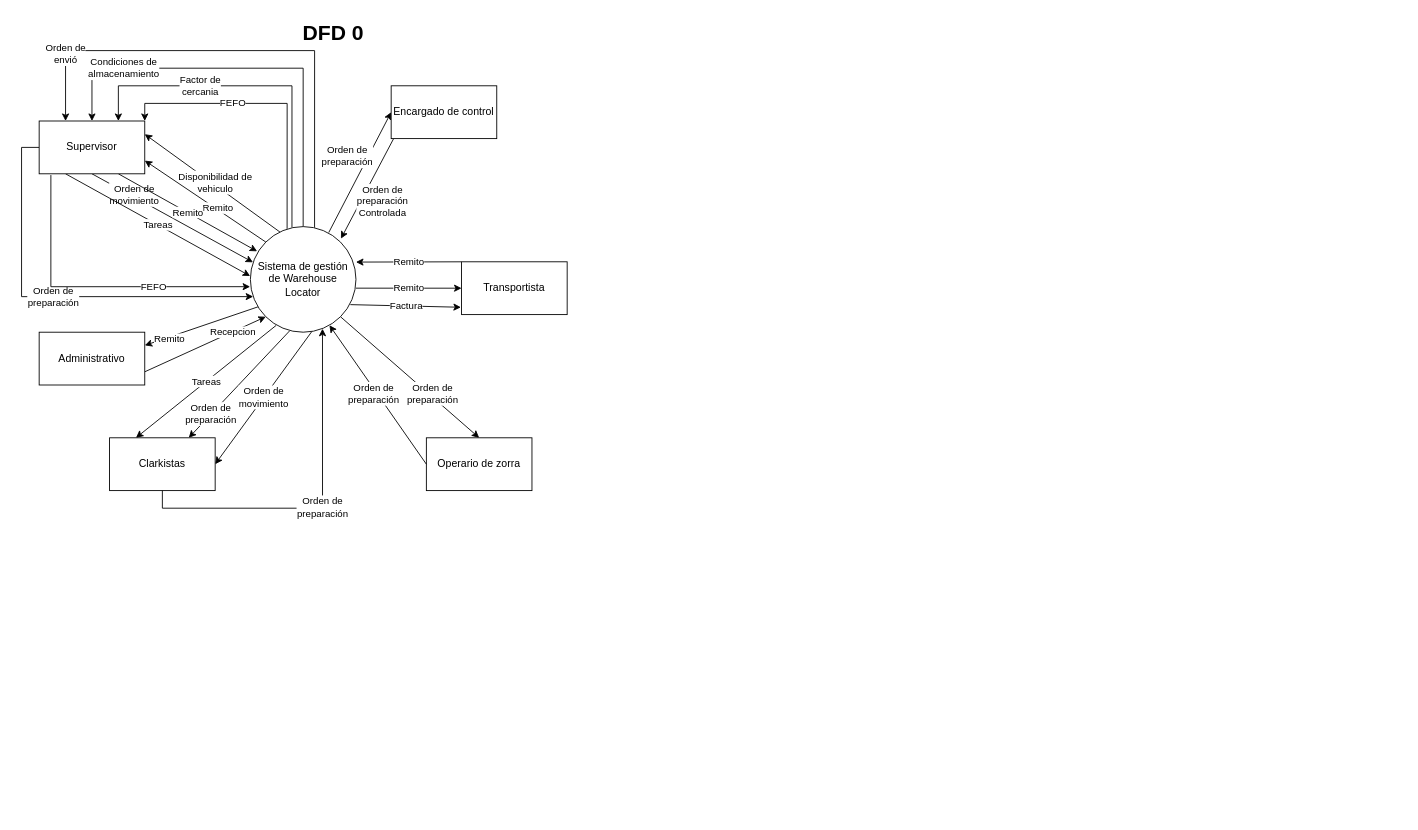
Earlier version of the draw.io diagram page "DFD" (1 of 2) of DFD_Integrador_MetII.drawio (JEOrellano/TUSI_MetII_Grupo12_DFD_Integrador). Source tidied: cells renumbered, new cells numbered last; positions are measured from the earlier drawing's top-left corner, leaving out a move shared by most shapes. Both pictures are drawn from the tidied source at 88%, with x=0, y=0 at pixel (21, 15).
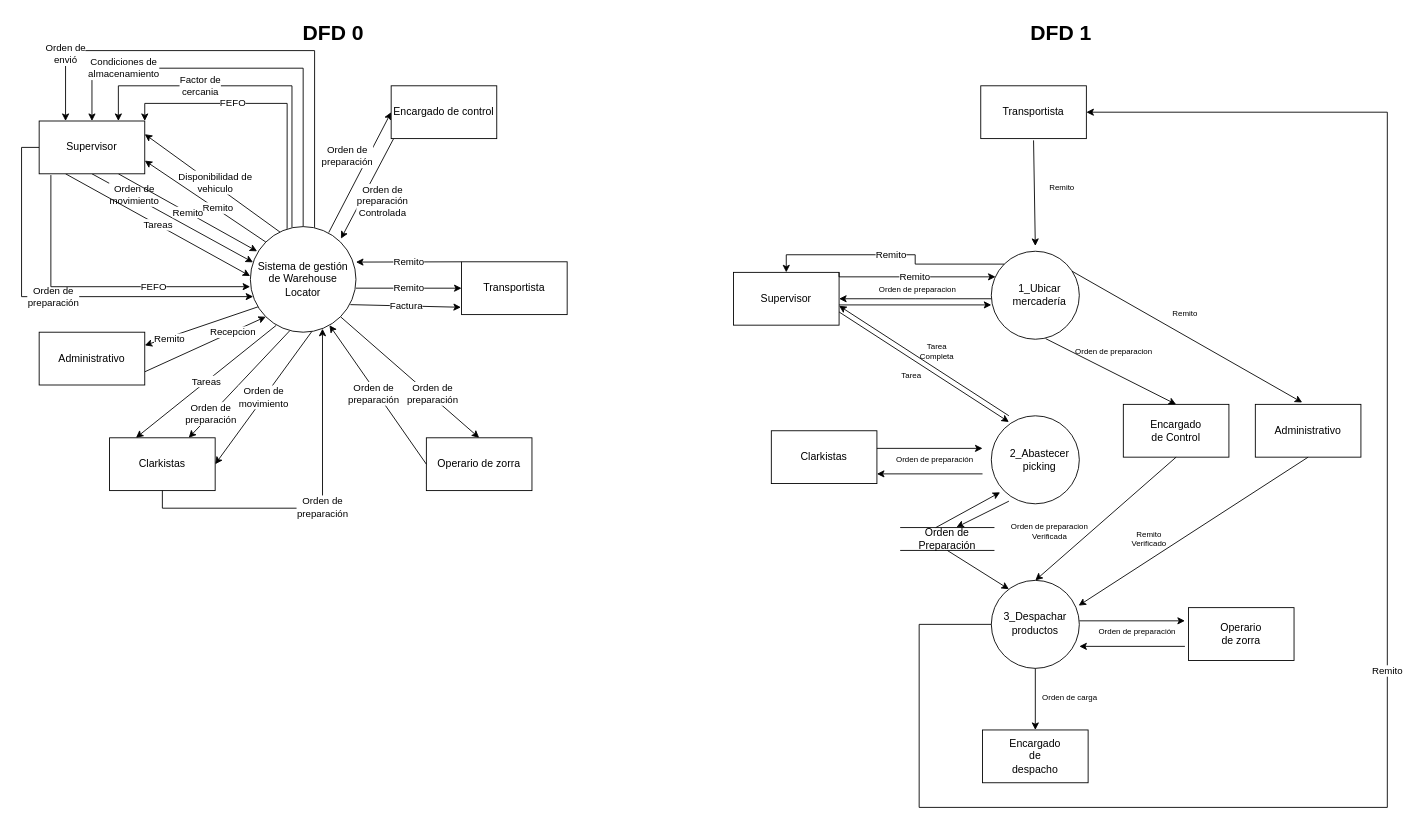
After the change.

What changed in the source:
```diff
@@
+    <mxCell id="35" style="group;" parent="1" vertex="1">
+      <mxGeometry x="1102" y="268" width="100" height="100" as="geometry" />
+    </mxCell>
+    <mxCell id="36" style="ellipse;whiteSpace=wrap;html=1;" parent="35" vertex="1">
+      <mxGeometry width="100" height="100" as="geometry" />
+    </mxCell>
+    <mxCell id="37" value="1_Ubicar mercadería" style="text;html=1;strokeColor=none;fillColor=none;align=center;verticalAlign=middle;whiteSpace=wrap;rounded=0;" parent="35" vertex="1">
+      <mxGeometry x="30" y="40" width="50" height="20" as="geometry" />
+    </mxCell>
+    <mxCell id="38" style="group;" parent="1" vertex="1">
+      <mxGeometry x="1102" y="455" width="100" height="100" as="geometry" />
+    </mxCell>
+    <mxCell id="39" style="ellipse;whiteSpace=wrap;html=1;" parent="38" vertex="1">
+      <mxGeometry width="100" height="100" as="geometry" />
+    </mxCell>
+    <mxCell id="40" value="2_Abastecer picking" style="text;html=1;strokeColor=none;fillColor=none;align=center;verticalAlign=middle;whiteSpace=wrap;rounded=0;" parent="38" vertex="1">
+      <mxGeometry x="30" y="40" width="50" height="20" as="geometry" />
+    </mxCell>
+    <mxCell id="41" style="group;" parent="1" vertex="1">
+      <mxGeometry x="1102" y="642" width="100" height="100" as="geometry" />
+    </mxCell>
+    <mxCell id="42" style="ellipse;whiteSpace=wrap;html=1;" parent="41" vertex="1">
+      <mxGeometry width="100" height="100" as="geometry" />
+    </mxCell>
+    <mxCell id="43" value="3_Despachar productos" style="text;html=1;strokeColor=none;fillColor=none;align=center;verticalAlign=middle;whiteSpace=wrap;rounded=0;" parent="41" vertex="1">
+      <mxGeometry x="26.7" y="37.7" width="45.7" height="22.6" as="geometry" />
+    </mxCell>
+    <mxCell id="44" style="group;" parent="1" vertex="1">
+      <mxGeometry x="852" y="472" width="120" height="60" as="geometry" />
+    </mxCell>
+    <mxCell id="45" style="rounded=0;whiteSpace=wrap;html=1;" parent="44" vertex="1">
+      <mxGeometry width="120" height="60" as="geometry" />
+    </mxCell>
+    <mxCell id="46" value="Clarkistas" style="text;html=1;strokeColor=none;fillColor=none;align=center;verticalAlign=middle;whiteSpace=wrap;rounded=0;" parent="44" vertex="1">
+      <mxGeometry x="30" y="15" width="60" height="30" as="geometry" />
+    </mxCell>
+    <mxCell id="47" value="Orden de preparación" style="text;html=1;strokeColor=none;fillColor=none;align=center;verticalAlign=middle;whiteSpace=wrap;rounded=0;fontSize=9;" parent="1" vertex="1">
+      <mxGeometry x="972" y="495.5" width="132" height="19" as="geometry" />
+    </mxCell>
+    <mxCell id="48" style="endArrow=classic;html=1;rounded=0;" parent="1" edge="1">
+      <mxGeometry relative="1" as="geometry">
+        <mxPoint x="972" y="492" as="sourcePoint" />
+        <mxPoint x="1092" y="492" as="targetPoint" />
+      </mxGeometry>
+    </mxCell>
+    <mxCell id="49" style="endArrow=none;html=1;rounded=0;endFill=0;startArrow=classic;startFill=1;" parent="1" edge="1">
+      <mxGeometry relative="1" as="geometry">
+        <mxPoint x="972" y="521" as="sourcePoint" />
+        <mxPoint x="1092" y="521" as="targetPoint" />
+      </mxGeometry>
+    </mxCell>
+    <mxCell id="50" style="group;" parent="1" vertex="1">
+      <mxGeometry x="1090" y="80" width="120" height="60" as="geometry" />
+    </mxCell>
+    <mxCell id="51" style="rounded=0;whiteSpace=wrap;html=1;" parent="50" vertex="1">
+      <mxGeometry width="120" height="60" as="geometry" />
+    </mxCell>
+    <mxCell id="52" value="Transportista" style="text;html=1;strokeColor=none;fillColor=none;align=center;verticalAlign=middle;whiteSpace=wrap;rounded=0;" parent="50" vertex="1">
+      <mxGeometry x="30" y="15" width="60" height="30" as="geometry" />
+    </mxCell>
+    <mxCell id="53" style="group;" parent="1" vertex="1">
+      <mxGeometry x="1252" y="442" width="120" height="60" as="geometry" />
+    </mxCell>
+    <mxCell id="54" style="rounded=0;whiteSpace=wrap;html=1;" parent="53" vertex="1">
+      <mxGeometry width="120" height="60" as="geometry" />
+    </mxCell>
+    <mxCell id="55" value="Encargado de Control" style="text;html=1;strokeColor=none;fillColor=none;align=center;verticalAlign=middle;whiteSpace=wrap;rounded=0;" parent="53" vertex="1">
+      <mxGeometry x="30" y="15" width="60" height="30" as="geometry" />
+    </mxCell>
+    <mxCell id="56" style="endArrow=classic;html=1;rounded=0;entryX=0.5;entryY=0;entryDx=0;entryDy=0;exitX=0.617;exitY=0.993;exitDx=0;exitDy=0;exitPerimeter=0;" parent="1" edge="1" source="36" target="54">
+      <mxGeometry relative="1" as="geometry" />
+    </mxCell>
+    <mxCell id="57" style="endArrow=classic;html=1;rounded=0;exitX=0.5;exitY=1;exitDx=0;exitDy=0;entryX=0.5;entryY=0;entryDx=0;entryDy=0;" parent="1" edge="1" source="54" target="42">
+      <mxGeometry relative="1" as="geometry" />
+    </mxCell>
+    <mxCell id="58" style="group;" parent="1" vertex="1">
+      <mxGeometry x="809" y="292" width="120" height="60" as="geometry" />
+    </mxCell>
+    <mxCell id="59" style="edgeStyle=orthogonalEdgeStyle;rounded=0;jettySize=auto;html=1;exitX=1;exitY=0.5;exitDx=0;exitDy=0;endArrow=none;endFill=0;startArrow=classic;startFill=1;" parent="58" edge="1" source="61">
+      <mxGeometry relative="1" as="geometry">
+        <mxPoint x="293" y="30" as="targetPoint" />
+      </mxGeometry>
+    </mxCell>
+    <mxCell id="60" style="rounded=0;jettySize=auto;html=1;exitX=1;exitY=0.75;exitDx=0;exitDy=0;" parent="58" edge="1" source="61">
+      <mxGeometry relative="1" as="geometry">
+        <mxPoint x="313" y="170" as="targetPoint" />
+      </mxGeometry>
+    </mxCell>
+    <mxCell id="61" style="rounded=0;whiteSpace=wrap;html=1;" parent="58" vertex="1">
+      <mxGeometry width="120" height="60" as="geometry" />
+    </mxCell>
+    <mxCell id="62" value="Supervisor" style="text;html=1;strokeColor=none;fillColor=none;align=center;verticalAlign=middle;whiteSpace=wrap;rounded=0;" parent="58" vertex="1">
+      <mxGeometry x="30" y="15" width="60" height="30" as="geometry" />
+    </mxCell>
+    <mxCell id="63" style="group;" parent="1" vertex="1">
+      <mxGeometry x="1402" y="442" width="120" height="60" as="geometry" />
+    </mxCell>
+    <mxCell id="64" style="rounded=0;whiteSpace=wrap;html=1;" parent="63" vertex="1">
+      <mxGeometry width="120" height="60" as="geometry" />
+    </mxCell>
+    <mxCell id="65" value="Administrativo" style="text;html=1;strokeColor=none;fillColor=none;align=center;verticalAlign=middle;whiteSpace=wrap;rounded=0;" parent="63" vertex="1">
+      <mxGeometry x="30" y="15" width="60" height="30" as="geometry" />
+    </mxCell>
+    <mxCell id="66" style="group;" parent="1" vertex="1">
+      <mxGeometry x="1302" y="673" width="120" height="60" as="geometry" />
+    </mxCell>
+    <mxCell id="67" style="rounded=0;whiteSpace=wrap;html=1;" parent="66" vertex="1">
+      <mxGeometry x="24" width="120" height="60" as="geometry" />
+    </mxCell>
+    <mxCell id="68" value="Operario de zorra" style="text;html=1;strokeColor=none;fillColor=none;align=center;verticalAlign=middle;whiteSpace=wrap;rounded=0;" parent="66" vertex="1">
+      <mxGeometry x="54" y="15" width="60" height="30" as="geometry" />
+    </mxCell>
+    <mxCell id="69" value="Orden de preparación" style="text;html=1;strokeColor=none;fillColor=none;align=center;verticalAlign=middle;whiteSpace=wrap;rounded=0;fontSize=9;" parent="66" vertex="1">
+      <mxGeometry x="-100" y="18.5" width="132" height="19" as="geometry" />
+    </mxCell>
+    <mxCell id="70" style="endArrow=classic;html=1;rounded=0;" parent="66" edge="1">
+      <mxGeometry relative="1" as="geometry">
+        <mxPoint x="-100" y="15" as="sourcePoint" />
+        <mxPoint x="20" y="15" as="targetPoint" />
+      </mxGeometry>
+    </mxCell>
+    <mxCell id="71" style="endArrow=none;html=1;rounded=0;endFill=0;startArrow=classic;startFill=1;" parent="66" edge="1">
+      <mxGeometry relative="1" as="geometry">
+        <mxPoint x="-100" y="44" as="sourcePoint" />
+        <mxPoint x="20" y="44" as="targetPoint" />
+      </mxGeometry>
+    </mxCell>
+    <mxCell id="72" style="rounded=0;orthogonalLoop=1;jettySize=auto;html=1;" parent="1" edge="1">
+      <mxGeometry relative="1" as="geometry">
+        <mxPoint x="1150" y="142" as="sourcePoint" />
+        <mxPoint x="1152" y="262" as="targetPoint" />
+      </mxGeometry>
+    </mxCell>
+    <mxCell id="73" style="endArrow=classic;html=1;rounded=0;exitX=0.377;exitY=0;exitDx=0;exitDy=0;exitPerimeter=0;" parent="1" edge="1" source="74">
+      <mxGeometry relative="1" as="geometry">
+        <mxPoint x="1112" y="542" as="targetPoint" />
+      </mxGeometry>
+    </mxCell>
+    <mxCell id="74" value="Orden de Preparación" style="shape=partialRectangle;whiteSpace=wrap;html=1;left=0;right=0;fillColor=none;" parent="1" vertex="1">
+      <mxGeometry x="999" y="582" width="106" height="26" as="geometry" />
+    </mxCell>
+    <mxCell id="75" style="endArrow=classic;html=1;rounded=0;entryX=0.598;entryY=-0.012;entryDx=0;entryDy=0;entryPerimeter=0;" parent="1" edge="1" target="74">
+      <mxGeometry relative="1" as="geometry">
+        <mxPoint x="1122" y="552" as="sourcePoint" />
+      </mxGeometry>
+    </mxCell>
+    <mxCell id="76" style="endArrow=classic;html=1;rounded=0;exitX=0.5;exitY=1;exitDx=0;exitDy=0;" parent="1" edge="1" source="74">
+      <mxGeometry relative="1" as="geometry">
+        <mxPoint x="1122" y="652" as="targetPoint" />
+      </mxGeometry>
+    </mxCell>
+    <mxCell id="77" style="rounded=0;jettySize=auto;html=1;entryX=0.444;entryY=-0.036;entryDx=0;entryDy=0;entryPerimeter=0;exitX=0.917;exitY=0.227;exitDx=0;exitDy=0;exitPerimeter=0;" parent="1" edge="1" source="36" target="64">
+      <mxGeometry relative="1" as="geometry" />
+    </mxCell>
+    <mxCell id="78" style="rounded=0;jettySize=auto;html=1;exitX=0.5;exitY=1;exitDx=0;exitDy=0;entryX=0.992;entryY=0.287;entryDx=0;entryDy=0;entryPerimeter=0;" parent="1" edge="1" source="64" target="42">
+      <mxGeometry relative="1" as="geometry" />
+    </mxCell>
+    <mxCell id="79" style="group;" parent="1" vertex="1">
+      <mxGeometry x="1068" y="812" width="120" height="60" as="geometry" />
+    </mxCell>
+    <mxCell id="80" style="rounded=0;whiteSpace=wrap;html=1;" parent="79" vertex="1">
+      <mxGeometry x="24" width="120" height="60" as="geometry" />
+    </mxCell>
+    <mxCell id="81" value="Encargado de despacho" style="text;html=1;strokeColor=none;fillColor=none;align=center;verticalAlign=middle;whiteSpace=wrap;rounded=0;" parent="79" vertex="1">
+      <mxGeometry x="54" y="15" width="60" height="30" as="geometry" />
+    </mxCell>
+    <mxCell id="82" value="Remito" style="edgeStyle=orthogonalEdgeStyle;rounded=0;jettySize=auto;html=1;exitX=0;exitY=0.5;exitDx=0;exitDy=0;entryX=1;entryY=0.5;entryDx=0;entryDy=0;" parent="1" edge="1" source="42" target="51">
+      <mxGeometry relative="1" as="geometry">
+        <Array as="points">
+          <mxPoint x="1020" y="692" />
+          <mxPoint x="1020" y="900" />
+          <mxPoint x="1552" y="900" />
+          <mxPoint x="1552" y="110" />
+        </Array>
+      </mxGeometry>
+    </mxCell>
+    <mxCell id="83" value="Orden de carga" style="text;html=1;strokeColor=none;fillColor=none;align=center;verticalAlign=middle;whiteSpace=wrap;rounded=0;fontSize=9;" parent="1" vertex="1">
+      <mxGeometry x="1142" y="762" width="99" height="27" as="geometry" />
+    </mxCell>
+    <mxCell id="84" style="edgeStyle=orthogonalEdgeStyle;rounded=0;jettySize=auto;html=1;exitX=0.5;exitY=1;exitDx=0;exitDy=0;entryX=0.5;entryY=0;entryDx=0;entryDy=0;" parent="1" edge="1" source="42" target="80">
+      <mxGeometry relative="1" as="geometry" />
+    </mxCell>
+    <mxCell id="85" value="Orden de preparacion" style="text;html=1;strokeColor=none;fillColor=none;align=center;verticalAlign=middle;whiteSpace=wrap;rounded=0;fontSize=9;" parent="1" vertex="1">
+      <mxGeometry x="1192" y="368" width="99" height="27" as="geometry" />
+    </mxCell>
+    <mxCell id="86" value="Orden de preparacion&lt;div&gt;Verificada&lt;/div&gt;" style="text;html=1;strokeColor=none;fillColor=none;align=center;verticalAlign=middle;whiteSpace=wrap;rounded=0;fontSize=9;" parent="1" vertex="1">
+      <mxGeometry x="1119" y="572" width="99" height="27" as="geometry" />
+    </mxCell>
+    <mxCell id="87" value="Remito" style="text;html=1;strokeColor=none;fillColor=none;align=center;verticalAlign=middle;whiteSpace=wrap;rounded=0;fontSize=9;" parent="1" vertex="1">
+      <mxGeometry x="1273" y="325" width="99" height="27" as="geometry" />
+    </mxCell>
+    <mxCell id="88" value="Remito&lt;div&gt;Verificado&lt;/div&gt;" style="text;html=1;strokeColor=none;fillColor=none;align=center;verticalAlign=middle;whiteSpace=wrap;rounded=0;fontSize=9;" parent="1" vertex="1">
+      <mxGeometry x="1232" y="581" width="99" height="27" as="geometry" />
+    </mxCell>
+    <mxCell id="89" value="Orden de preparacion" style="text;html=1;strokeColor=none;fillColor=none;align=center;verticalAlign=middle;whiteSpace=wrap;rounded=0;fontSize=9;" parent="1" vertex="1">
+      <mxGeometry x="969" y="298" width="99" height="27" as="geometry" />
+    </mxCell>
+    <mxCell id="90" value="Tarea" style="text;html=1;strokeColor=none;fillColor=none;align=center;verticalAlign=middle;whiteSpace=wrap;rounded=0;fontSize=9;" parent="1" vertex="1">
+      <mxGeometry x="962" y="395" width="99" height="27" as="geometry" />
+    </mxCell>
+    <mxCell id="91" style="rounded=0;orthogonalLoop=1;jettySize=auto;html=1;exitX=1;exitY=0.75;exitDx=0;exitDy=0;endArrow=none;endFill=0;startArrow=classic;startFill=1;" parent="1" edge="1">
+      <mxGeometry relative="1" as="geometry">
+        <mxPoint x="929" y="330" as="sourcePoint" />
+        <mxPoint x="1122" y="455" as="targetPoint" />
+      </mxGeometry>
+    </mxCell>
+    <mxCell id="92" value="Tarea&lt;br&gt;Completa" style="text;html=1;strokeColor=none;fillColor=none;align=center;verticalAlign=middle;whiteSpace=wrap;rounded=0;fontSize=9;" parent="1" vertex="1">
+      <mxGeometry x="991" y="368" width="99" height="27" as="geometry" />
+    </mxCell>
+    <mxCell id="93" style="edgeStyle=orthogonalEdgeStyle;rounded=0;orthogonalLoop=1;jettySize=auto;html=1;exitX=1;exitY=0.5;exitDx=0;exitDy=0;endArrow=classic;endFill=1;startArrow=none;startFill=0;" parent="1" edge="1">
+      <mxGeometry relative="1" as="geometry">
+        <mxPoint x="929" y="329" as="sourcePoint" />
+        <mxPoint x="1102" y="329" as="targetPoint" />
+      </mxGeometry>
+    </mxCell>
+    <mxCell id="94" value="Remito" style="text;html=1;strokeColor=none;fillColor=none;align=center;verticalAlign=middle;whiteSpace=wrap;rounded=0;fontSize=9;" parent="1" vertex="1">
+      <mxGeometry x="1133" y="182" width="99" height="27" as="geometry" />
+    </mxCell>
+    <mxCell id="95" value="&lt;font style=&quot;font-size: 24px;&quot;&gt;&lt;b&gt;DFD 1&lt;/b&gt;&lt;/font&gt;" style="text;html=1;align=center;verticalAlign=middle;strokeColor=none;fillColor=none;" parent="1" vertex="1">
+      <mxGeometry x="1136" width="90" height="40" as="geometry" />
+    </mxCell>
+    <mxCell id="96" value="Remito" style="edgeStyle=orthogonalEdgeStyle;rounded=0;jettySize=auto;html=1;exitX=0;exitY=0;exitDx=0;exitDy=0;entryX=0.5;entryY=0;entryDx=0;entryDy=0;" parent="1" edge="1" source="36" target="61">
+      <mxGeometry relative="1" as="geometry" />
+    </mxCell>
+    <mxCell id="97" value="Remito" style="edgeStyle=orthogonalEdgeStyle;rounded=0;jettySize=auto;html=1;exitX=1;exitY=0;exitDx=0;exitDy=0;entryX=0.048;entryY=0.291;entryDx=0;entryDy=0;entryPerimeter=0;" parent="1" edge="1" source="61" target="36">
+      <mxGeometry relative="1" as="geometry">
+        <Array as="points">
+          <mxPoint x="929" y="297" />
+        </Array>
+      </mxGeometry>
+    </mxCell>
```
